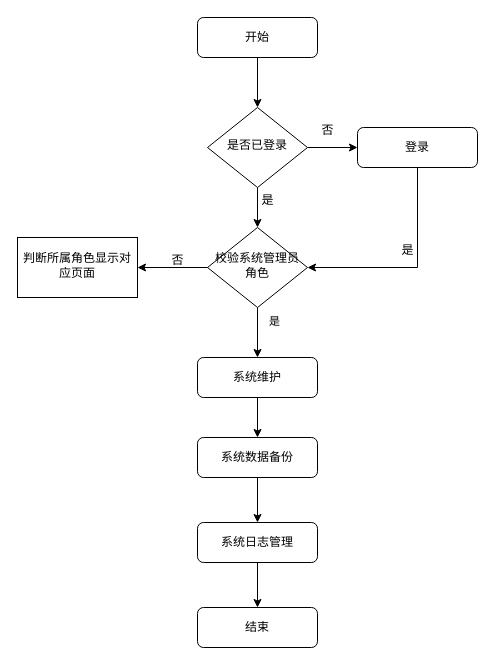
Before: 系统管理员功能流程图.drawio in creazy412/none, a draw.io diagram. Source tidied: cells renumbered, new cells numbered last; positions are measured from the earlier drawing's top-left corner, leaving out a move shared by most shapes. Both pictures are drawn from the tidied source at 100%, with x=0, y=0 at pixel (17, 17).
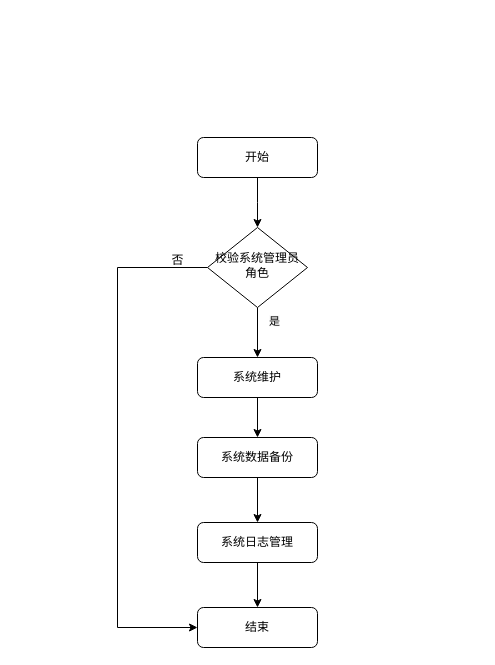
Above is the later version.

Commit message:
更新系统管理员功能流程图.drawio

The change refers to these unchanged cells:
```xml
<mxCell id="11" value="校验系统管理员角色" style="rhombus;whiteSpace=wrap;html=1;shadow=0;fontFamily=Helvetica;fontSize=12;align=center;strokeWidth=1;spacing=6;spacingTop=-4;" parent="1" vertex="1">
  <mxGeometry x="190" y="210" width="100" height="80" as="geometry" />
</mxCell>
<mxCell id="12" value="结束" style="rounded=1;whiteSpace=wrap;html=1;fontSize=12;glass=0;strokeWidth=1;shadow=0;" parent="1" vertex="1">
  <mxGeometry x="180" y="590" width="120" height="40" as="geometry" />
</mxCell>
```

Diff of the diagram source:
```diff
@@
-    <mxCell id="2" style="edgeStyle=orthogonalEdgeStyle;rounded=0;jettySize=auto;html=1;" parent="1" edge="1" source="3" target="6">
-      <mxGeometry relative="1" as="geometry" />
+    <mxCell id="2" style="edgeStyle=orthogonalEdgeStyle;rounded=0;jettySize=auto;html=1;" parent="1" edge="1" source="3">
+      <mxGeometry relative="1" as="geometry">
+        <mxPoint x="240" y="210" as="targetPoint" />
+      </mxGeometry>
     </mxCell>
     <mxCell id="3" value="开始" style="rounded=1;whiteSpace=wrap;html=1;fontSize=12;glass=0;strokeWidth=1;shadow=0;" parent="1" vertex="1">
-      <mxGeometry x="180" width="120" height="40" as="geometry" />
+      <mxGeometry x="180" y="120" width="120" height="40" as="geometry" />
     </mxCell>
-    <mxCell id="4" style="edgeStyle=orthogonalEdgeStyle;rounded=0;jettySize=auto;html=1;" parent="1" edge="1" source="6" target="8">
-      <mxGeometry relative="1" as="geometry" />
-    </mxCell>
-    <mxCell id="5" style="edgeStyle=orthogonalEdgeStyle;rounded=0;jettySize=auto;html=1;" parent="1" edge="1" source="6" target="11">
-      <mxGeometry relative="1" as="geometry" />
-    </mxCell>
-    <mxCell id="6" value="是否已登录" style="rhombus;whiteSpace=wrap;html=1;shadow=0;fontFamily=Helvetica;fontSize=12;align=center;strokeWidth=1;spacing=6;spacingTop=-4;" parent="1" vertex="1">
-      <mxGeometry x="190" y="90" width="100" height="80" as="geometry" />
-    </mxCell>
-    <mxCell id="7" style="edgeStyle=orthogonalEdgeStyle;rounded=0;jettySize=auto;html=1;entryX=1;entryY=0.5;entryDx=0;entryDy=0;" parent="1" edge="1" source="8" target="11">
-      <mxGeometry relative="1" as="geometry">
-        <Array as="points">
-          <mxPoint x="400" y="250" />
-        </Array>
-      </mxGeometry>
-    </mxCell>
-    <mxCell id="8" value="登录" style="rounded=1;whiteSpace=wrap;html=1;fontSize=12;glass=0;strokeWidth=1;shadow=0;" parent="1" vertex="1">
-      <mxGeometry x="340" y="110" width="120" height="40" as="geometry" />
-    </mxCell>
-    <mxCell id="9" style="edgeStyle=orthogonalEdgeStyle;rounded=0;jettySize=auto;html=1;" parent="1" edge="1" source="11" target="14">
-      <mxGeometry relative="1" as="geometry" />
+    <mxCell id="9" style="edgeStyle=orthogonalEdgeStyle;rounded=0;jettySize=auto;html=1;entryX=0;entryY=0.5;entryDx=0;entryDy=0;" parent="1" edge="1" source="11" target="12">
+      <mxGeometry relative="1" as="geometry">
+        <Array as="points">
+          <mxPoint x="100" y="250" />
+          <mxPoint x="100" y="610" />
+        </Array>
+      </mxGeometry>
     </mxCell>
@@
-    <mxCell id="14" value="判断所属角色显示对应页面" style="whiteSpace=wrap;html=1;shadow=0;strokeWidth=1;spacing=6;spacingTop=-4;" parent="1" vertex="1">
-      <mxGeometry y="220" width="120" height="60" as="geometry" />
-    </mxCell>
@@
-    <mxCell id="22" value="否" style="text;html=1;align=center;verticalAlign=middle;strokeColor=none;fillColor=none;" parent="1" vertex="1">
-      <mxGeometry x="290" y="98" width="40" height="30" as="geometry" />
-    </mxCell>
-    <mxCell id="23" value="是" style="text;html=1;align=center;verticalAlign=middle;strokeColor=none;fillColor=none;" parent="1" vertex="1">
-      <mxGeometry x="230" y="168" width="40" height="30" as="geometry" />
-    </mxCell>
-    <mxCell id="24" value="是" style="text;html=1;align=center;verticalAlign=middle;strokeColor=none;fillColor=none;" parent="1" vertex="1">
-      <mxGeometry x="370" y="218" width="40" height="30" as="geometry" />
-    </mxCell>
```
